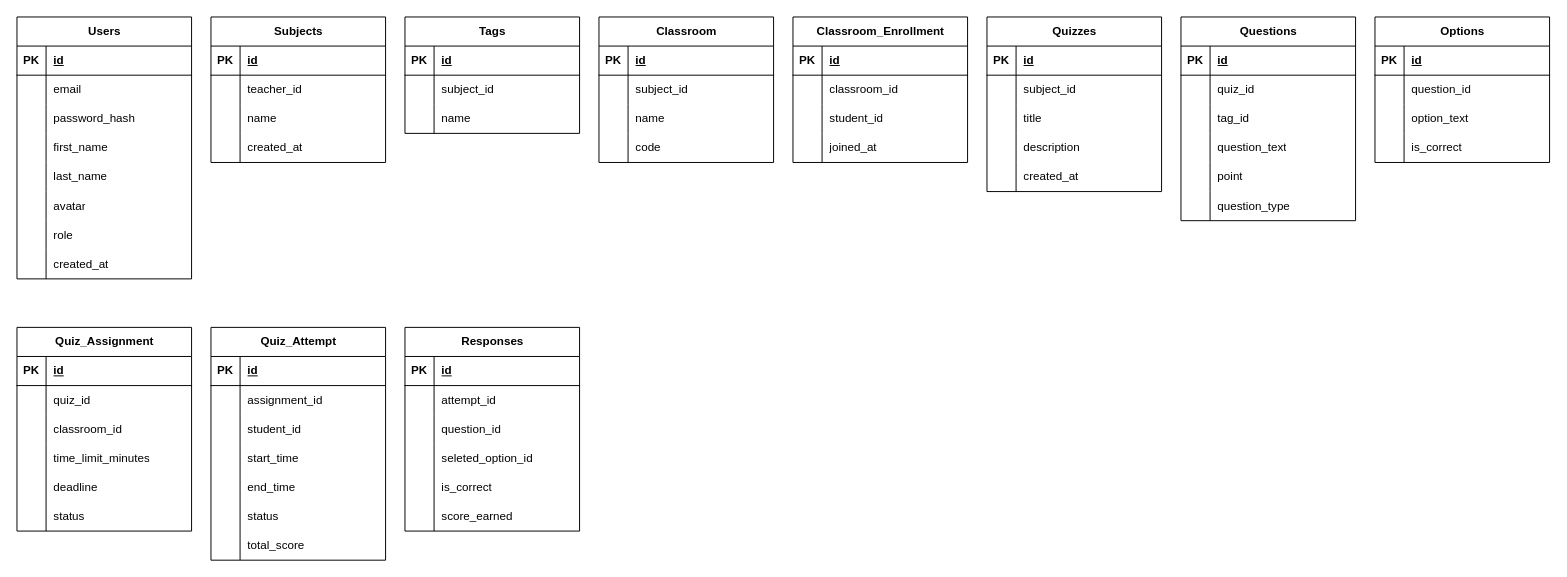
montreedev45/project_insight_quiz keeps this draw.io diagram as doc/insight_quiz.drawio. Above is the earlier version. Source tidied: cells renumbered, new cells numbered last; positions are measured from the earlier drawing's top-left corner, leaving out a move shared by most shapes. Both pictures are drawn from the tidied source at 97%, with x=0, y=0 at pixel (16, 16).
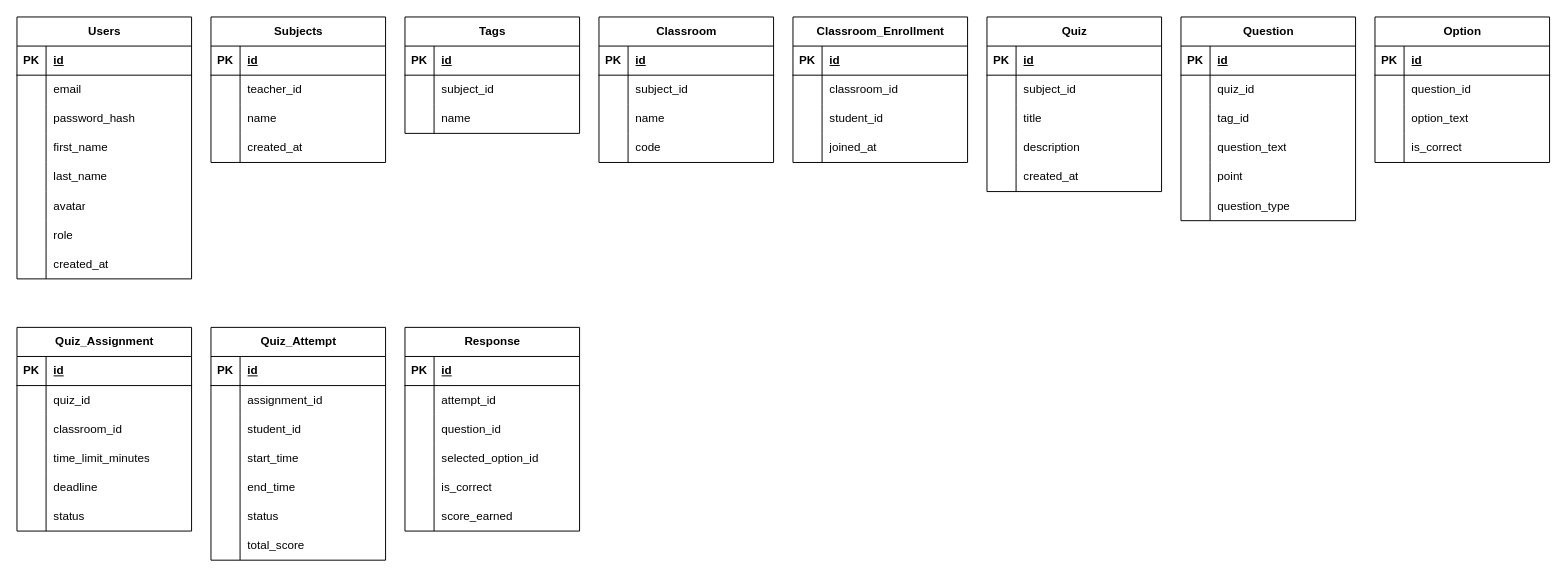
The same diagram, later.

Unchanged cells that the change refers to:
```xml
<mxCell id="175" style="shape=tableRow;horizontal=0;startSize=0;swimlaneHead=0;swimlaneBody=0;fillColor=none;top=0;left=0;right=0;bottom=0;" parent="165" vertex="1">
  <mxGeometry y="120" width="180" height="30" as="geometry" />
</mxCell>
```

What changed in the source:
```diff
@@
-    <mxCell id="76" value="&lt;div style=&quot;line-height: 19px; white-space: pre;&quot;&gt;&lt;span style=&quot;color: rgb(0, 0, 0);&quot;&gt;&lt;font style=&quot;&quot;&gt;Quizzes&lt;/font&gt;&lt;/span&gt;&lt;/div&gt;" style="shape=table;startSize=30;childLayout=tableLayout;rowLines=0;fontStyle=1;align=center;html=1;" parent="1" vertex="1">
+    <mxCell id="76" value="&lt;div style=&quot;line-height: 19px; white-space: pre;&quot;&gt;&lt;span style=&quot;color: rgb(0, 0, 0);&quot;&gt;&lt;font style=&quot;&quot;&gt;Quiz&lt;/font&gt;&lt;/span&gt;&lt;/div&gt;" style="shape=table;startSize=30;childLayout=tableLayout;rowLines=0;fontStyle=1;align=center;html=1;" parent="1" vertex="1">
       <mxGeometry x="1000" width="180" height="180" as="geometry" />
     </mxCell>
@@
-    <mxCell id="92" value="&lt;div style=&quot;line-height: 19px; white-space: pre;&quot;&gt;&lt;span style=&quot;color: rgb(0, 0, 0);&quot;&gt;&lt;font style=&quot;&quot;&gt;Questions&lt;/font&gt;&lt;/span&gt;&lt;/div&gt;" style="shape=table;startSize=30;childLayout=tableLayout;rowLines=0;fontStyle=1;align=center;html=1;" parent="1" vertex="1">
+    <mxCell id="92" value="&lt;div style=&quot;line-height: 19px; white-space: pre;&quot;&gt;&lt;span style=&quot;color: rgb(0, 0, 0);&quot;&gt;&lt;font style=&quot;&quot;&gt;Question&lt;/font&gt;&lt;/span&gt;&lt;/div&gt;" style="shape=table;startSize=30;childLayout=tableLayout;rowLines=0;fontStyle=1;align=center;html=1;" parent="1" vertex="1">
       <mxGeometry x="1200" width="180" height="210" as="geometry" />
     </mxCell>
@@
-    <mxCell id="111" value="&lt;div style=&quot;line-height: 19px; white-space: pre;&quot;&gt;&lt;span style=&quot;color: rgb(0, 0, 0);&quot;&gt;&lt;font style=&quot;&quot;&gt;Options&lt;/font&gt;&lt;/span&gt;&lt;/div&gt;" style="shape=table;startSize=30;childLayout=tableLayout;rowLines=0;fontStyle=1;align=center;html=1;" parent="1" vertex="1">
+    <mxCell id="111" value="&lt;div style=&quot;line-height: 19px; white-space: pre;&quot;&gt;&lt;span style=&quot;color: rgb(0, 0, 0);&quot;&gt;&lt;font style=&quot;&quot;&gt;Option&lt;/font&gt;&lt;/span&gt;&lt;/div&gt;" style="shape=table;startSize=30;childLayout=tableLayout;rowLines=0;fontStyle=1;align=center;html=1;" parent="1" vertex="1">
       <mxGeometry x="1400" width="180" height="150" as="geometry" />
     </mxCell>
@@
-    <mxCell id="165" value="Responses" style="shape=table;startSize=30;childLayout=tableLayout;rowLines=0;fontStyle=1;align=center;html=1;" parent="1" vertex="1">
+    <mxCell id="165" value="Response" style="shape=table;startSize=30;childLayout=tableLayout;rowLines=0;fontStyle=1;align=center;html=1;" parent="1" vertex="1">
       <mxGeometry x="400" y="320" width="180" height="210" as="geometry" />
     </mxCell>
@@
-    <mxCell id="177" value="seleted_option_id" style="shape=partialRectangle;fillColor=none;top=0;left=0;bottom=0;right=0;align=left;spacingLeft=6;overflow=hidden;whiteSpace=wrap;html=1;" parent="175" vertex="1">
+    <mxCell id="177" value="selected_option_id" style="shape=partialRectangle;fillColor=none;top=0;left=0;bottom=0;right=0;align=left;spacingLeft=6;overflow=hidden;whiteSpace=wrap;html=1;" parent="175" vertex="1">
       <mxGeometry x="30" width="150" height="30" as="geometry" />
     </mxCell>
```
